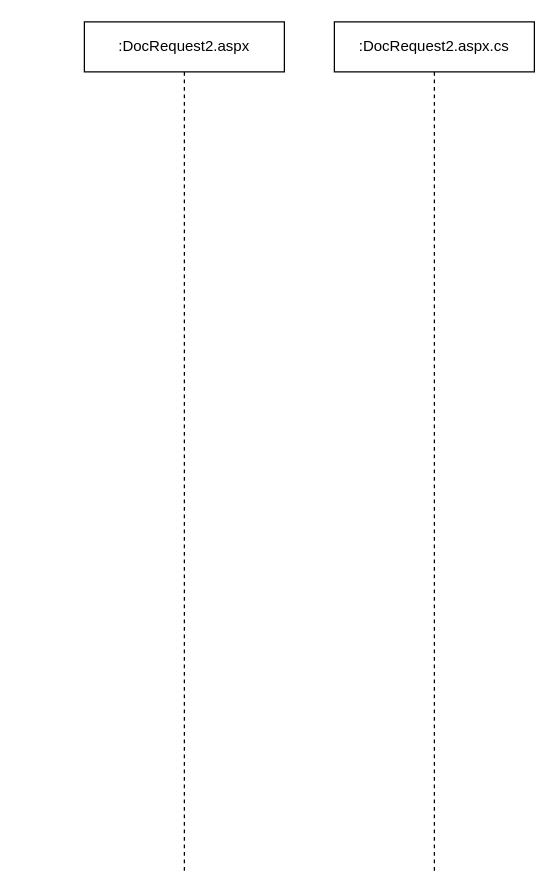
davyd0ff/so-line-grls keeps this draw.io diagram as portal/DocRequest2.aspx/DocRequest2.Save().drawio. Above is the earlier version. Source tidied: cells renumbered, new cells numbered last; positions are measured from the earlier drawing's top-left corner, leaving out a move shared by most shapes. Both pictures are drawn from the tidied source at 125%, with x=0, y=0 at pixel (84, 21).
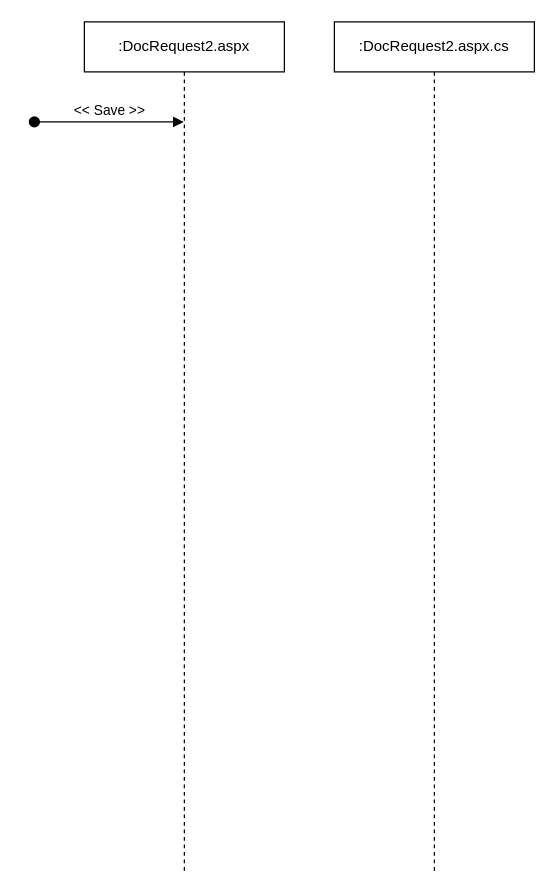
The same diagram, later.

What changed in the source:
```diff
@@
 <mxGraphModel>
   <root>
     <mxCell id="0" />
     <mxCell id="1" parent="0" />
     <mxCell id="2" value=":DocRequest2.aspx" style="shape=umlLifeline;perimeter=lifelinePerimeter;whiteSpace=wrap;html=1;outlineConnect=0;" parent="1" vertex="1">
       <mxGeometry width="160" height="680" as="geometry" />
     </mxCell>
     <mxCell id="3" value=":DocRequest2.aspx.cs" style="shape=umlLifeline;perimeter=lifelinePerimeter;whiteSpace=wrap;html=1;" parent="1" vertex="1">
       <mxGeometry x="200" width="160" height="680" as="geometry" />
     </mxCell>
+    <mxCell id="4" value="&amp;lt;&amp;lt; Save &amp;gt;&amp;gt;" style="html=1;verticalAlign=bottom;startArrow=oval;startFill=1;endArrow=block;startSize=8;rounded=0;" parent="1" edge="1" target="2">
+      <mxGeometry relative="1" as="geometry">
+        <mxPoint x="-40" y="80" as="sourcePoint" />
+      </mxGeometry>
+    </mxCell>
   </root>
 </mxGraphModel>
```
